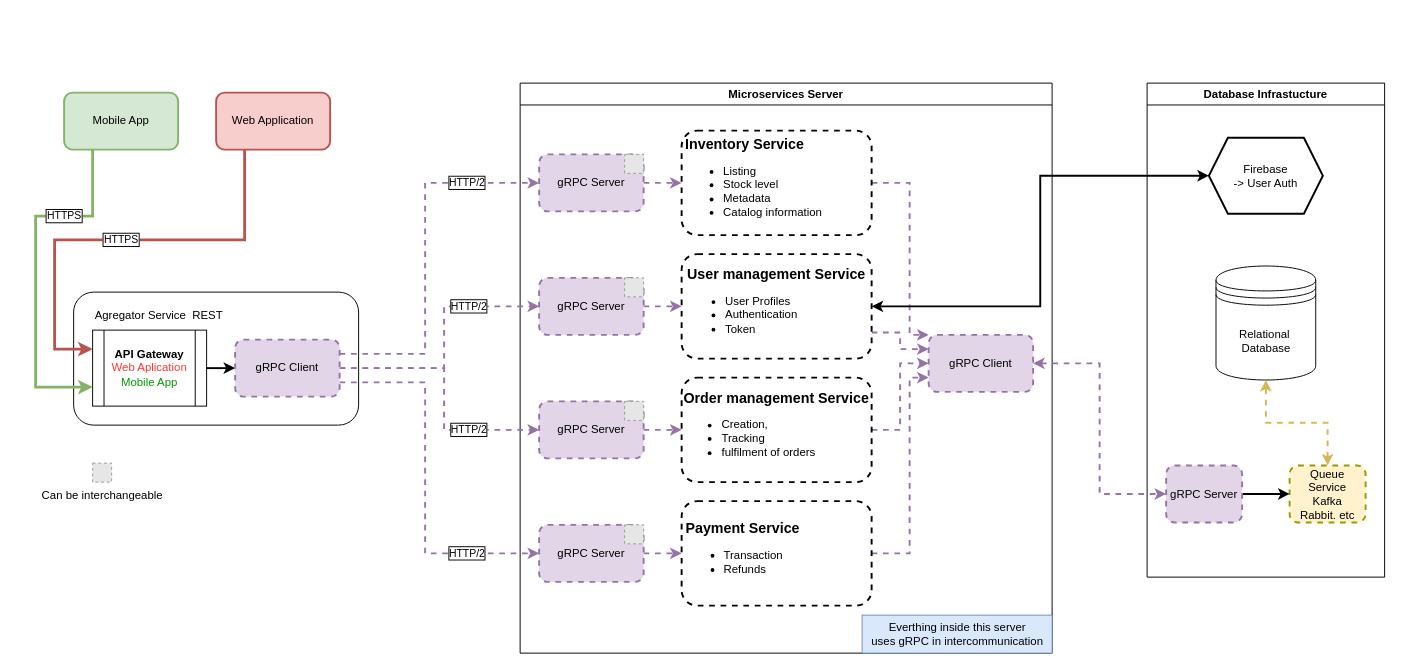
Above: Untitled Diagram.drawio in ArturArtimonte/diagrans (draw.io), before the change. Source tidied: cells renumbered, new cells numbered last; positions are measured from the earlier drawing's top-left corner, leaving out a move shared by most shapes. Both pictures are drawn from the tidied source at 95%, with x=0, y=0 at pixel (35, 83). Pictures stored in the file or linked from it are replaced by grey dashed boxes.
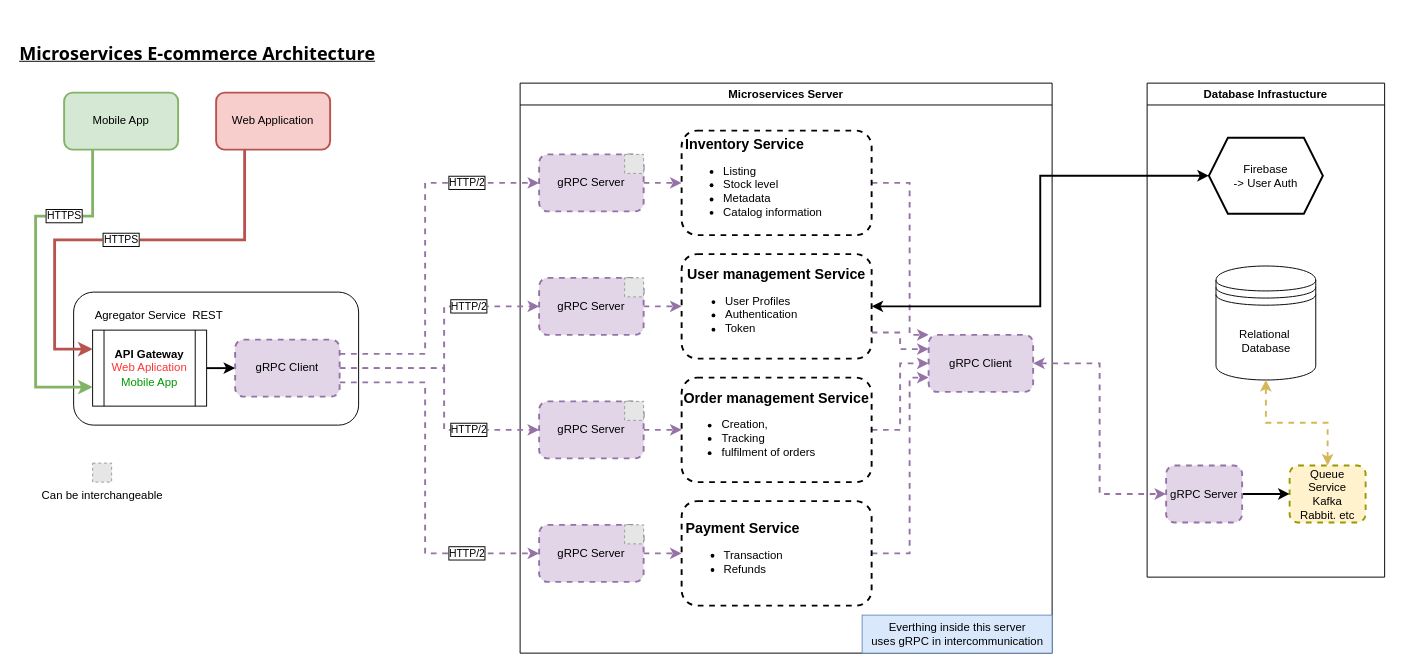
Above is the later version.

The edit, as a diff of the source:
```diff
@@
+    <mxCell id="48" value="&lt;h4 style=&quot;border: 0px solid rgb(217, 217, 227); box-sizing: border-box; --tw-border-spacing-x: 0; --tw-border-spacing-y: 0; --tw-translate-x: 0; --tw-translate-y: 0; --tw-rotate: 0; --tw-skew-x: 0; --tw-skew-y: 0; --tw-scale-x: 1; --tw-scale-y: 1; --tw-pan-x: ; --tw-pan-y: ; --tw-pinch-zoom: ; --tw-scroll-snap-strictness: proximity; --tw-gradient-from-position: ; --tw-gradient-via-position: ; --tw-gradient-to-position: ; --tw-ordinal: ; --tw-slashed-zero: ; --tw-numeric-figure: ; --tw-numeric-spacing: ; --tw-numeric-fraction: ; --tw-ring-inset: ; --tw-ring-offset-width: 0px; --tw-ring-offset-color: #fff; --tw-ring-color: rgba(69,89,164,.5); --tw-ring-offset-shadow: 0 0 transparent; --tw-ring-shadow: 0 0 transparent; --tw-shadow: 0 0 transparent; --tw-shadow-colored: 0 0 transparent; --tw-blur: ; --tw-brightness: ; --tw-contrast: ; --tw-grayscale: ; --tw-hue-rotate: ; --tw-invert: ; --tw-saturate: ; --tw-sepia: ; --tw-drop-shadow: ; --tw-backdrop-blur: ; --tw-backdrop-brightness: ; --tw-backdrop-contrast: ; --tw-backdrop-grayscale: ; --tw-backdrop-hue-rotate: ; --tw-backdrop-invert: ; --tw-backdrop-opacity: ; --tw-backdrop-saturate: ; --tw-backdrop-sepia: ; font-size: 19px; margin: 1rem 0px 0.5rem; color: var(--text-primary); line-height: 1.5; font-family: Söhne, ui-sans-serif, system-ui, -apple-system, &amp;quot;Segoe UI&amp;quot;, Roboto, Ubuntu, Cantarell, &amp;quot;Noto Sans&amp;quot;, sans-serif, &amp;quot;Helvetica Neue&amp;quot;, Arial, &amp;quot;Apple Color Emoji&amp;quot;, &amp;quot;Segoe UI Emoji&amp;quot;, &amp;quot;Segoe UI Symbol&amp;quot;, &amp;quot;Noto Color Emoji&amp;quot;; text-align: start;&quot;&gt;Microservices E-commerce Architecture&lt;/h4&gt;" style="text;html=1;align=center;verticalAlign=middle;strokeColor=none;fillColor=none;fontStyle=5;fontSize=19;" parent="1" vertex="1">
+      <mxGeometry x="-20" y="-70" width="380" height="70" as="geometry" />
+    </mxCell>
```
